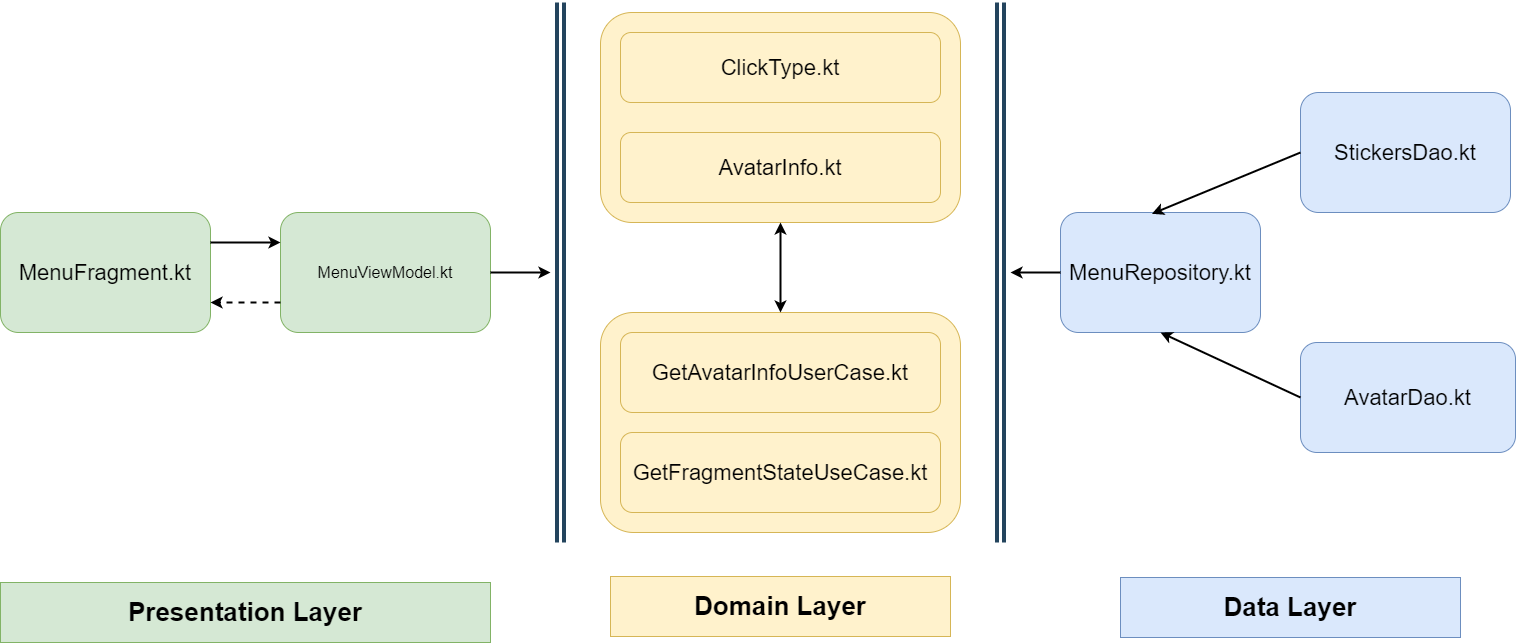
The draw.io diagram dz6example.png in cmFodWx5YWRhdjEyMTA5/BattleOfMindsGame, before a commit. Source tidied: cells renumbered, new cells last; positions are measured from the earlier drawing's top-left corner, leaving out a move shared by most shapes. Source of this version:
```xml
<mxGraphModel>
  <root>
    <mxCell id="0" />
    <mxCell id="1" parent="0" />
    <mxCell id="2" value="&lt;font style=&quot;font-size: 22px&quot;&gt;MenuFragment.kt&lt;/font&gt;" style="rounded=1;whiteSpace=wrap;html=1;fillColor=#d5e8d4;strokeColor=#82b366;" parent="1" vertex="1">
      <mxGeometry y="210" width="210" height="120" as="geometry" />
    </mxCell>
    <mxCell id="3" value="&lt;font style=&quot;font-size: 16px&quot;&gt;MenuViewModel.kt&lt;/font&gt;" style="rounded=1;whiteSpace=wrap;html=1;fillColor=#d5e8d4;strokeColor=#82b366;" parent="1" vertex="1">
      <mxGeometry x="280" y="210" width="210" height="120" as="geometry" />
    </mxCell>
    <mxCell id="4" style="rounded=1;whiteSpace=wrap;html=1;fillColor=#fff2cc;strokeColor=#d6b656;" parent="1" vertex="1">
      <mxGeometry x="600" y="10" width="360" height="210" as="geometry" />
    </mxCell>
    <mxCell id="5" value="&lt;font style=&quot;font-size: 22px&quot;&gt;ClickType.kt&lt;/font&gt;" style="rounded=1;whiteSpace=wrap;html=1;fillColor=#fff2cc;strokeColor=#d6b656;" parent="1" vertex="1">
      <mxGeometry x="620" y="30" width="320" height="70" as="geometry" />
    </mxCell>
    <mxCell id="6" value="&lt;font style=&quot;font-size: 22px&quot;&gt;AvatarInfo.kt&lt;/font&gt;" style="rounded=1;whiteSpace=wrap;html=1;fillColor=#fff2cc;strokeColor=#d6b656;" parent="1" vertex="1">
      <mxGeometry x="620" y="130" width="320" height="70" as="geometry" />
    </mxCell>
    <mxCell id="7" style="rounded=1;whiteSpace=wrap;html=1;fillColor=#fff2cc;strokeColor=#d6b656;" parent="1" vertex="1">
      <mxGeometry x="600" y="310" width="360" height="220" as="geometry" />
    </mxCell>
    <mxCell id="8" value="&lt;font style=&quot;font-size: 22px&quot;&gt;GetAvatarInfoUserCase.kt&lt;/font&gt;" style="rounded=1;whiteSpace=wrap;html=1;fillColor=#fff2cc;strokeColor=#d6b656;" parent="1" vertex="1">
      <mxGeometry x="620" y="330" width="320" height="80" as="geometry" />
    </mxCell>
    <mxCell id="9" value="&lt;font style=&quot;font-size: 22px&quot;&gt;GetFragmentStateUseCase.kt&lt;/font&gt;" style="rounded=1;whiteSpace=wrap;html=1;fillColor=#fff2cc;strokeColor=#d6b656;" parent="1" vertex="1">
      <mxGeometry x="620" y="430" width="320" height="80" as="geometry" />
    </mxCell>
    <mxCell id="10" value="&lt;font style=&quot;font-size: 22px&quot;&gt;MenuRepository.kt&lt;/font&gt;" style="rounded=1;whiteSpace=wrap;html=1;fillColor=#dae8fc;strokeColor=#6c8ebf;" parent="1" vertex="1">
      <mxGeometry x="1060" y="210" width="200" height="120" as="geometry" />
    </mxCell>
    <mxCell id="11" value="&lt;font style=&quot;font-size: 22px&quot;&gt;StickersDao.kt&lt;/font&gt;" style="rounded=1;whiteSpace=wrap;html=1;fillColor=#dae8fc;strokeColor=#6c8ebf;" parent="1" vertex="1">
      <mxGeometry x="1300" y="90" width="210" height="120" as="geometry" />
    </mxCell>
    <mxCell id="12" value="&lt;font style=&quot;font-size: 22px&quot;&gt;AvatarDao.kt&lt;/font&gt;" style="rounded=1;whiteSpace=wrap;html=1;fillColor=#dae8fc;strokeColor=#6c8ebf;" parent="1" vertex="1">
      <mxGeometry x="1300" y="340" width="215" height="110" as="geometry" />
    </mxCell>
    <mxCell id="13" style="endArrow=classic;html=1;exitX=1;exitY=0.25;exitDx=0;exitDy=0;entryX=0;entryY=0.25;entryDx=0;entryDy=0;strokeWidth=2;" parent="1" edge="1" source="2" target="3">
      <mxGeometry relative="1" as="geometry" />
    </mxCell>
    <mxCell id="14" style="endArrow=classic;html=1;dashed=1;exitX=0;exitY=0.75;exitDx=0;exitDy=0;entryX=1;entryY=0.75;entryDx=0;entryDy=0;strokeWidth=2;" parent="1" edge="1" source="3" target="2">
      <mxGeometry relative="1" as="geometry" />
    </mxCell>
    <mxCell id="15" style="shape=link;html=1;strokeColor=#23445d;strokeWidth=4;fillColor=#bac8d3;" parent="1" edge="1">
      <mxGeometry relative="1" as="geometry">
        <mxPoint x="560" y="540" as="sourcePoint" />
        <mxPoint x="560" as="targetPoint" />
      </mxGeometry>
    </mxCell>
    <mxCell id="16" style="shape=link;html=1;strokeColor=#23445d;strokeWidth=4;fillColor=#bac8d3;" parent="1" edge="1">
      <mxGeometry relative="1" as="geometry">
        <mxPoint x="1000" y="540" as="sourcePoint" />
        <mxPoint x="1000" as="targetPoint" />
      </mxGeometry>
    </mxCell>
    <mxCell id="17" value="&lt;font style=&quot;font-size: 26px&quot;&gt;&lt;b&gt;Presentation Layer&lt;/b&gt;&lt;/font&gt;" style="rounded=0;whiteSpace=wrap;html=1;fillColor=#d5e8d4;strokeColor=#82b366;" parent="1" vertex="1">
      <mxGeometry y="580" width="490" height="60" as="geometry" />
    </mxCell>
    <mxCell id="18" value="&lt;font style=&quot;font-size: 26px&quot;&gt;&lt;b&gt;Domain Layer&lt;/b&gt;&lt;/font&gt;" style="rounded=0;whiteSpace=wrap;html=1;fillColor=#fff2cc;strokeColor=#d6b656;" parent="1" vertex="1">
      <mxGeometry x="610" y="574" width="340" height="60" as="geometry" />
    </mxCell>
    <mxCell id="19" value="&lt;font style=&quot;font-size: 26px&quot;&gt;&lt;b&gt;Data Layer&lt;/b&gt;&lt;/font&gt;" style="rounded=0;whiteSpace=wrap;html=1;fillColor=#dae8fc;strokeColor=#6c8ebf;" parent="1" vertex="1">
      <mxGeometry x="1120" y="575" width="340" height="60" as="geometry" />
    </mxCell>
    <mxCell id="20" style="endArrow=classic;html=1;strokeWidth=2;exitX=1;exitY=0.5;exitDx=0;exitDy=0;" parent="1" edge="1" source="3">
      <mxGeometry relative="1" as="geometry">
        <mxPoint x="550" y="270" as="targetPoint" />
      </mxGeometry>
    </mxCell>
    <mxCell id="21" style="endArrow=classic;html=1;strokeWidth=2;entryX=0.457;entryY=0.011;entryDx=0;entryDy=0;entryPerimeter=0;exitX=0;exitY=0.5;exitDx=0;exitDy=0;" parent="1" edge="1" source="11" target="10">
      <mxGeometry relative="1" as="geometry" />
    </mxCell>
    <mxCell id="22" style="endArrow=classic;html=1;strokeWidth=2;entryX=0.5;entryY=1;entryDx=0;entryDy=0;exitX=0;exitY=0.5;exitDx=0;exitDy=0;" parent="1" edge="1" source="12" target="10">
      <mxGeometry relative="1" as="geometry" />
    </mxCell>
    <mxCell id="23" style="endArrow=classic;html=1;strokeWidth=2;exitX=0;exitY=0.5;exitDx=0;exitDy=0;" parent="1" edge="1" source="10">
      <mxGeometry relative="1" as="geometry">
        <mxPoint x="1010" y="270" as="targetPoint" />
      </mxGeometry>
    </mxCell>
    <mxCell id="24" style="endArrow=classic;startArrow=classic;html=1;strokeWidth=2;entryX=0.5;entryY=1;entryDx=0;entryDy=0;exitX=0.5;exitY=0;exitDx=0;exitDy=0;" parent="1" edge="1" source="7" target="4">
      <mxGeometry relative="1" as="geometry" />
    </mxCell>
  </root>
</mxGraphModel>
```
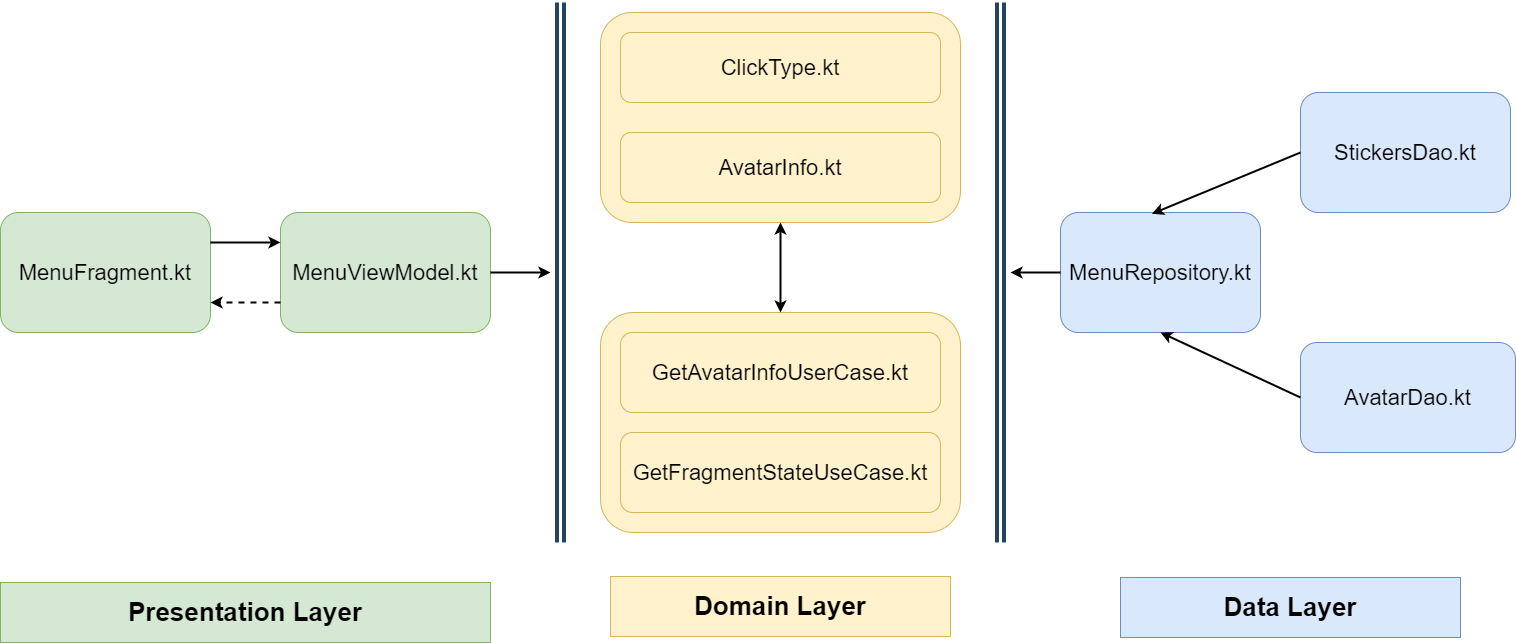
After the commit.

The edit, as a diff of the source:
```diff
@@ -5,7 +5,7 @@
     <mxCell id="2" value="&lt;font style=&quot;font-size: 22px&quot;&gt;MenuFragment.kt&lt;/font&gt;" style="rounded=1;whiteSpace=wrap;html=1;fillColor=#d5e8d4;strokeColor=#82b366;" parent="1" vertex="1">
       <mxGeometry y="210" width="210" height="120" as="geometry" />
     </mxCell>
-    <mxCell id="3" value="&lt;font style=&quot;font-size: 16px&quot;&gt;MenuViewModel.kt&lt;/font&gt;" style="rounded=1;whiteSpace=wrap;html=1;fillColor=#d5e8d4;strokeColor=#82b366;" parent="1" vertex="1">
+    <mxCell id="3" value="&lt;font style=&quot;font-size: 22px&quot;&gt;MenuViewModel.kt&lt;/font&gt;" style="rounded=1;whiteSpace=wrap;html=1;fillColor=#d5e8d4;strokeColor=#82b366;" parent="1" vertex="1">
       <mxGeometry x="280" y="210" width="210" height="120" as="geometry" />
     </mxCell>
     <mxCell id="4" style="rounded=1;whiteSpace=wrap;html=1;fillColor=#fff2cc;strokeColor=#d6b656;" parent="1" vertex="1">
```
